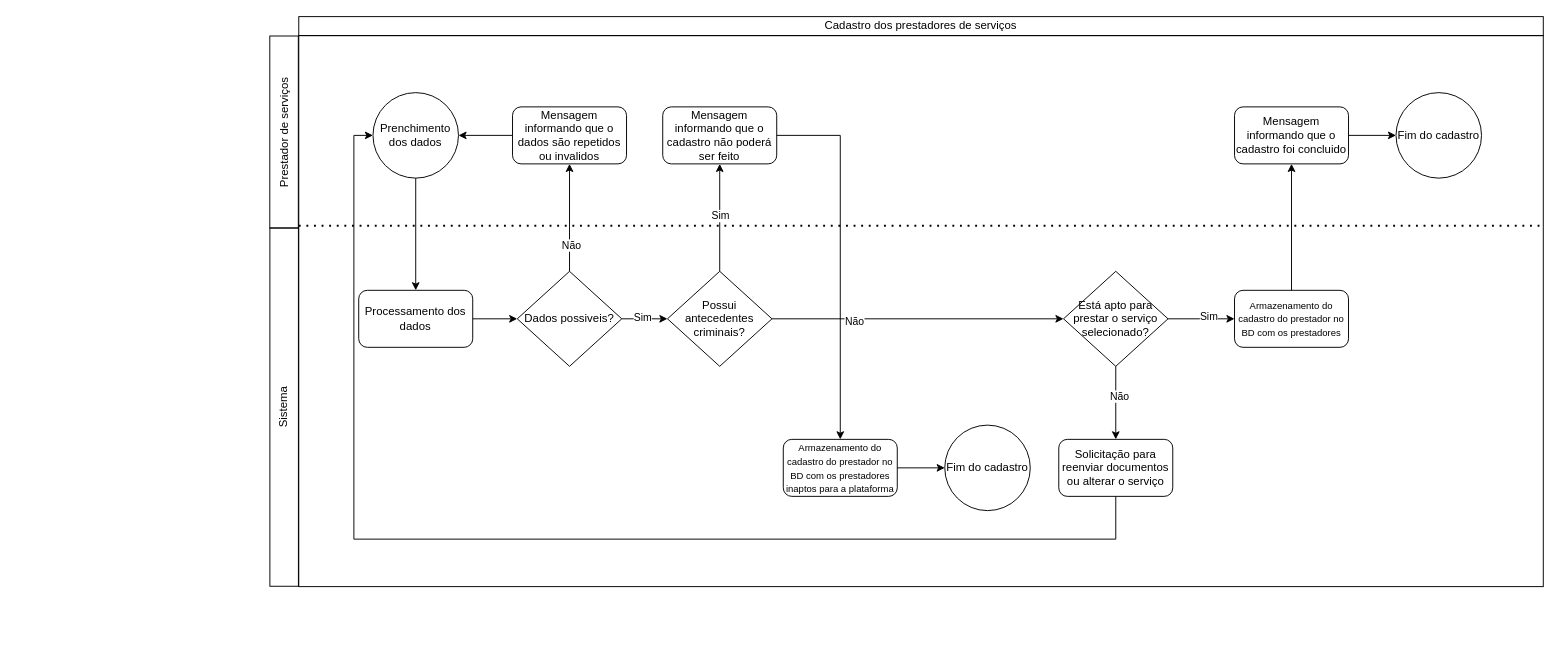
HG0304/CC5511-SIRIUS keeps this draw.io diagram as Diagrama de cadastro dos prestadores.drawio. Above is the earlier version. Source tidied: cells renumbered, new cells numbered last; positions are measured from the earlier drawing's top-left corner, leaving out a move shared by most shapes. Both pictures are drawn from the tidied source at 95%, with x=0, y=0 at pixel (104, 16).
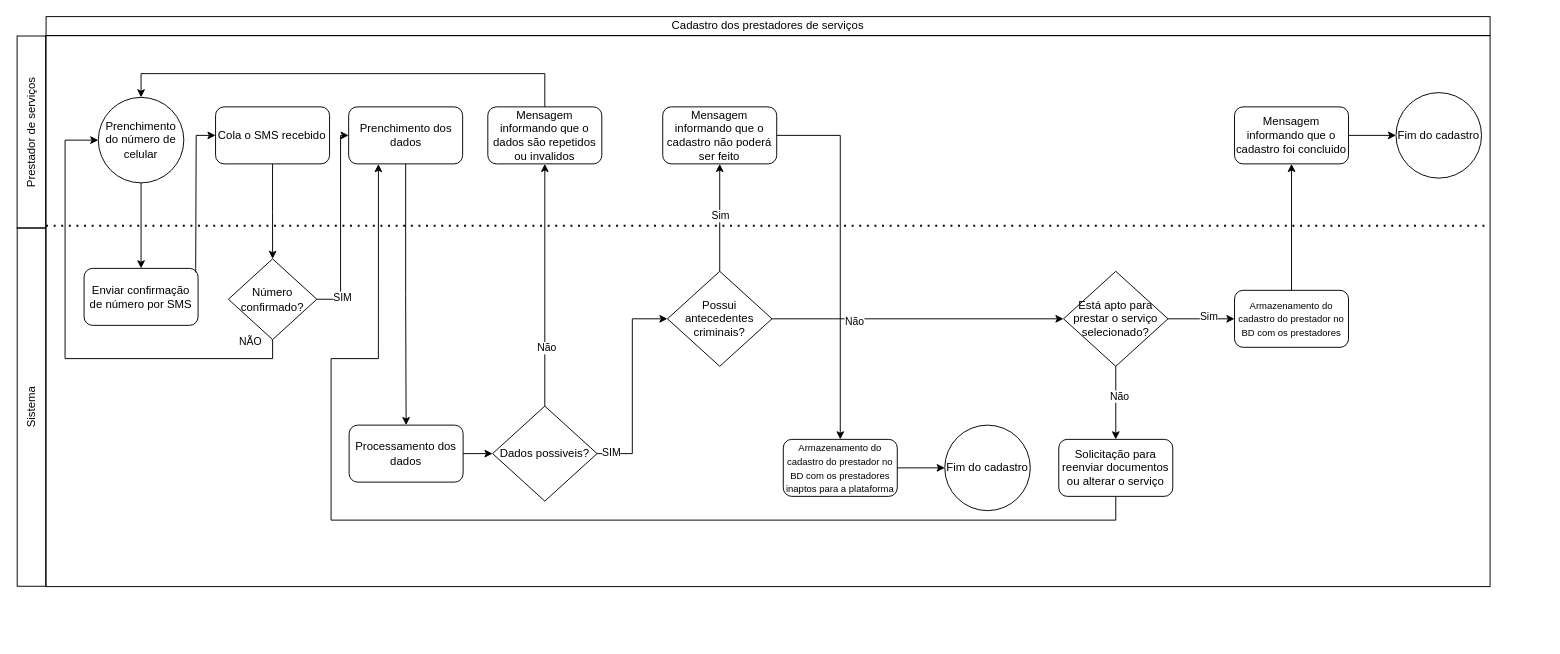
Above is the later version.

Unchanged cells that the change refers to:
```xml
<mxCell id="14" value="Possui antecedentes criminais?" style="rhombus;whiteSpace=wrap;html=1;fillColor=none;" parent="1" vertex="1">
  <mxGeometry x="592.1" y="268.1" width="110" height="100" as="geometry" />
</mxCell>
<mxCell id="26" value="Solicitação para reenviar documentos ou alterar o serviço" style="rounded=1;whiteSpace=wrap;html=1;fillColor=none;" parent="1" vertex="1">
  <mxGeometry x="1004" y="445" width="120" height="60" as="geometry" />
</mxCell>
```

The edit, as a diff of the source:
```diff
@@
     <mxCell id="2" value="Cadastro dos prestadores de serviços" style="rounded=0;whiteSpace=wrap;html=1;fillColor=none;" parent="1" vertex="1">
-      <mxGeometry x="204" width="1310" height="20" as="geometry" />
+      <mxGeometry x="-62" width="1520" height="20" as="geometry" />
     </mxCell>
     <mxCell id="3" style="rounded=0;whiteSpace=wrap;html=1;fillColor=none;" parent="1" vertex="1">
-      <mxGeometry x="204" y="20" width="1310" height="580" as="geometry" />
+      <mxGeometry x="-62" y="20" width="1520" height="580" as="geometry" />
     </mxCell>
-    <mxCell id="4" value="Prenchimento dos dados" style="ellipse;whiteSpace=wrap;html=1;fillColor=none;" parent="1" vertex="1">
-      <mxGeometry x="282.1" y="80" width="90" height="90" as="geometry" />
-    </mxCell>
     <mxCell id="5" value="Prestador de serviços" style="rounded=0;whiteSpace=wrap;html=1;fillColor=none;rotation=-90;" parent="1" vertex="1">
-      <mxGeometry x="87.4" y="106.5" width="202.2" height="30" as="geometry" />
+      <mxGeometry x="-178.6" y="106.5" width="202.2" height="30" as="geometry" />
     </mxCell>
     <mxCell id="6" value="Sistema" style="rounded=0;whiteSpace=wrap;html=1;fillColor=none;rotation=-90;" parent="1" vertex="1">
-      <mxGeometry y="396" width="377.2" height="30" as="geometry" />
+      <mxGeometry x="-266" y="396" width="377.2" height="30" as="geometry" />
     </mxCell>
     <mxCell id="7" style="edgeStyle=orthogonalEdgeStyle;rounded=0;orthogonalLoop=1;jettySize=auto;html=1;exitX=0.5;exitY=1;exitDx=0;exitDy=0;" parent="1" edge="1">
       <mxGeometry relative="1" as="geometry">
-        <mxPoint x="754.9" y="645" as="sourcePoint" />
-        <mxPoint x="754.9" y="645" as="targetPoint" />
+        <mxPoint x="568.1" y="621" as="sourcePoint" />
+        <mxPoint x="568" y="621" as="targetPoint" />
       </mxGeometry>
     </mxCell>
-    <mxCell id="8" style="edgeStyle=orthogonalEdgeStyle;rounded=0;jettySize=auto;html=1;" parent="1" edge="1" source="9" target="38">
-      <mxGeometry relative="1" as="geometry" />
-    </mxCell>
-    <mxCell id="9" value="Processamento dos dados" style="rounded=1;whiteSpace=wrap;html=1;fillColor=none;" parent="1" vertex="1">
-      <mxGeometry x="267.1" y="288.1" width="120" height="60" as="geometry" />
-    </mxCell>
@@
-    <mxCell id="25" style="edgeStyle=orthogonalEdgeStyle;rounded=0;jettySize=auto;html=1;exitX=0.5;exitY=1;exitDx=0;exitDy=0;entryX=0;entryY=0.5;entryDx=0;entryDy=0;" parent="1" edge="1" source="26" target="4">
-      <mxGeometry relative="1" as="geometry">
-        <Array as="points">
-          <mxPoint x="1064" y="550" />
-          <mxPoint x="262" y="550" />
-          <mxPoint x="262" y="125" />
-        </Array>
-      </mxGeometry>
-    </mxCell>
@@
-    <mxCell id="32" style="edgeStyle=orthogonalEdgeStyle;rounded=0;jettySize=auto;html=1;exitX=0.5;exitY=1;exitDx=0;exitDy=0;entryX=0.5;entryY=0;entryDx=0;entryDy=0;" parent="1" edge="1" source="4" target="9">
-      <mxGeometry relative="1" as="geometry" />
-    </mxCell>
@@
+    <mxCell id="8" style="edgeStyle=orthogonalEdgeStyle;rounded=0;jettySize=auto;html=1;exitX=1;exitY=0.5;exitDx=0;exitDy=0;entryX=0;entryY=0.5;entryDx=0;entryDy=0;" parent="1" edge="1" source="9" target="38">
+      <mxGeometry relative="1" as="geometry" />
+    </mxCell>
+    <mxCell id="9" value="Processamento dos dados" style="rounded=1;whiteSpace=wrap;html=1;fillColor=none;" parent="1" vertex="1">
+      <mxGeometry x="257" y="430" width="120" height="60" as="geometry" />
+    </mxCell>
@@
-    <mxCell id="36" style="edgeStyle=orthogonalEdgeStyle;rounded=0;jettySize=auto;html=1;" parent="1" edge="1" source="38" target="14">
+    <mxCell id="36" style="edgeStyle=orthogonalEdgeStyle;rounded=0;jettySize=auto;html=1;exitX=1;exitY=0.5;exitDx=0;exitDy=0;entryX=0;entryY=0.5;entryDx=0;entryDy=0;" parent="1" edge="1" source="38" target="14">
       <mxGeometry relative="1" as="geometry" />
     </mxCell>
-    <mxCell id="37" value="Sim" style="edgeLabel;html=1;align=center;verticalAlign=middle;" parent="36" vertex="1">
-      <mxGeometry x="-0.14" y="2" relative="1" as="geometry" />
-    </mxCell>
+    <mxCell id="41" value="SIM" style="edgeLabel;html=1;align=center;verticalAlign=middle;" parent="36" vertex="1">
+      <mxGeometry x="-0.87" y="2" relative="1" as="geometry" />
+    </mxCell>
     <mxCell id="38" value="Dados possiveis?" style="rhombus;whiteSpace=wrap;html=1;fillColor=none;" parent="1" vertex="1">
-      <mxGeometry x="434" y="268.1" width="110" height="100" as="geometry" />
+      <mxGeometry x="408" y="410" width="110" height="100" as="geometry" />
     </mxCell>
-    <mxCell id="39" style="edgeStyle=orthogonalEdgeStyle;rounded=0;jettySize=auto;html=1;" parent="1" edge="1" source="40" target="4">
-      <mxGeometry relative="1" as="geometry" />
-    </mxCell>
+    <mxCell id="42" style="edgeStyle=orthogonalEdgeStyle;rounded=0;jettySize=auto;html=1;exitX=0.5;exitY=0;exitDx=0;exitDy=0;entryX=0.5;entryY=0;entryDx=0;entryDy=0;" parent="1" edge="1" source="40" target="44">
+      <mxGeometry relative="1" as="geometry">
+        <Array as="points">
+          <mxPoint x="463" y="60" />
+          <mxPoint x="38" y="60" />
+        </Array>
+      </mxGeometry>
+    </mxCell>
     <mxCell id="40" value="Mensagem informando que o dados são repetidos ou invalidos" style="rounded=1;whiteSpace=wrap;html=1;fillColor=none;" parent="1" vertex="1">
-      <mxGeometry x="429" y="95" width="120" height="60" as="geometry" />
+      <mxGeometry x="403" y="95" width="120" height="60" as="geometry" />
     </mxCell>
+    <mxCell id="32" style="edgeStyle=orthogonalEdgeStyle;rounded=0;jettySize=auto;html=1;exitX=0.5;exitY=1;exitDx=0;exitDy=0;entryX=0.5;entryY=0;entryDx=0;entryDy=0;" parent="1" edge="1" source="4" target="9">
+      <mxGeometry relative="1" as="geometry" />
+    </mxCell>
+    <mxCell id="4" value="Prenchimento dos dados" style="rounded=1;whiteSpace=wrap;html=1;fillColor=none;" parent="1" vertex="1">
+      <mxGeometry x="256.5" y="95" width="120" height="60" as="geometry" />
+    </mxCell>
+    <mxCell id="43" style="edgeStyle=orthogonalEdgeStyle;rounded=0;jettySize=auto;html=1;exitX=0.5;exitY=1;exitDx=0;exitDy=0;entryX=0.5;entryY=0;entryDx=0;entryDy=0;" parent="1" edge="1" source="44" target="46">
+      <mxGeometry relative="1" as="geometry" />
+    </mxCell>
+    <mxCell id="44" value="Prenchimento do número de celular" style="ellipse;whiteSpace=wrap;html=1;fillColor=none;" parent="1" vertex="1">
+      <mxGeometry x="-7" y="85" width="90" height="90" as="geometry" />
+    </mxCell>
+    <mxCell id="45" style="edgeStyle=orthogonalEdgeStyle;rounded=0;jettySize=auto;html=1;exitX=0.979;exitY=0.07;exitDx=0;exitDy=0;entryX=0;entryY=0.5;entryDx=0;entryDy=0;exitPerimeter=0;" parent="1" edge="1" source="46" target="53">
+      <mxGeometry relative="1" as="geometry">
+        <Array as="points">
+          <mxPoint x="96" y="265" />
+          <mxPoint x="96" y="265" />
+          <mxPoint x="96" y="125" />
+        </Array>
+      </mxGeometry>
+    </mxCell>
+    <mxCell id="46" value="Enviar confirmação de número por SMS" style="rounded=1;whiteSpace=wrap;html=1;fillColor=none;" parent="1" vertex="1">
+      <mxGeometry x="-22" y="265" width="120" height="60" as="geometry" />
+    </mxCell>
+    <mxCell id="47" style="edgeStyle=orthogonalEdgeStyle;rounded=0;jettySize=auto;html=1;exitX=1;exitY=0.5;exitDx=0;exitDy=0;entryX=0;entryY=0.5;entryDx=0;entryDy=0;" parent="1" edge="1" source="51" target="4">
+      <mxGeometry relative="1" as="geometry">
+        <Array as="points">
+          <mxPoint x="248" y="297" />
+          <mxPoint x="248" y="125" />
+        </Array>
+      </mxGeometry>
+    </mxCell>
+    <mxCell id="48" value="SIM" style="edgeLabel;html=1;align=center;verticalAlign=middle;" parent="47" vertex="1">
+      <mxGeometry x="-0.74" y="-1" relative="1" as="geometry" />
+    </mxCell>
+    <mxCell id="49" value="NÃO" style="edgeLabel;html=1;align=center;verticalAlign=middle;" parent="1" vertex="1">
+      <mxGeometry x="152.5" y="341.9" as="geometry" />
+    </mxCell>
+    <mxCell id="50" style="edgeStyle=orthogonalEdgeStyle;rounded=0;jettySize=auto;html=1;exitX=0.5;exitY=1;exitDx=0;exitDy=0;entryX=0;entryY=0.5;entryDx=0;entryDy=0;" parent="1" edge="1" source="51" target="44">
+      <mxGeometry relative="1" as="geometry">
+        <Array as="points">
+          <mxPoint x="176" y="360" />
+          <mxPoint x="-42" y="360" />
+          <mxPoint x="-42" y="130" />
+        </Array>
+      </mxGeometry>
+    </mxCell>
+    <mxCell id="51" value="Número confirmado?" style="rhombus;whiteSpace=wrap;html=1;fillColor=none;" parent="1" vertex="1">
+      <mxGeometry x="129.9" y="255" width="93.1" height="85" as="geometry" />
+    </mxCell>
+    <mxCell id="52" style="edgeStyle=orthogonalEdgeStyle;rounded=0;jettySize=auto;html=1;exitX=0.5;exitY=1;exitDx=0;exitDy=0;entryX=0.5;entryY=0;entryDx=0;entryDy=0;" parent="1" edge="1" source="53" target="51">
+      <mxGeometry relative="1" as="geometry" />
+    </mxCell>
+    <mxCell id="53" value="Cola o SMS recebido" style="rounded=1;whiteSpace=wrap;html=1;fillColor=none;" parent="1" vertex="1">
+      <mxGeometry x="116.4" y="95" width="120" height="60" as="geometry" />
+    </mxCell>
+    <mxCell id="25" style="edgeStyle=orthogonalEdgeStyle;rounded=0;jettySize=auto;html=1;exitX=0.5;exitY=1;exitDx=0;exitDy=0;entryX=0.261;entryY=1.003;entryDx=0;entryDy=0;entryPerimeter=0;" parent="1" edge="1" source="26" target="4">
+      <mxGeometry relative="1" as="geometry">
+        <Array as="points">
+          <mxPoint x="1064" y="530" />
+          <mxPoint x="238" y="530" />
+          <mxPoint x="238" y="360" />
+          <mxPoint x="288" y="360" />
+        </Array>
+      </mxGeometry>
+    </mxCell>
```
